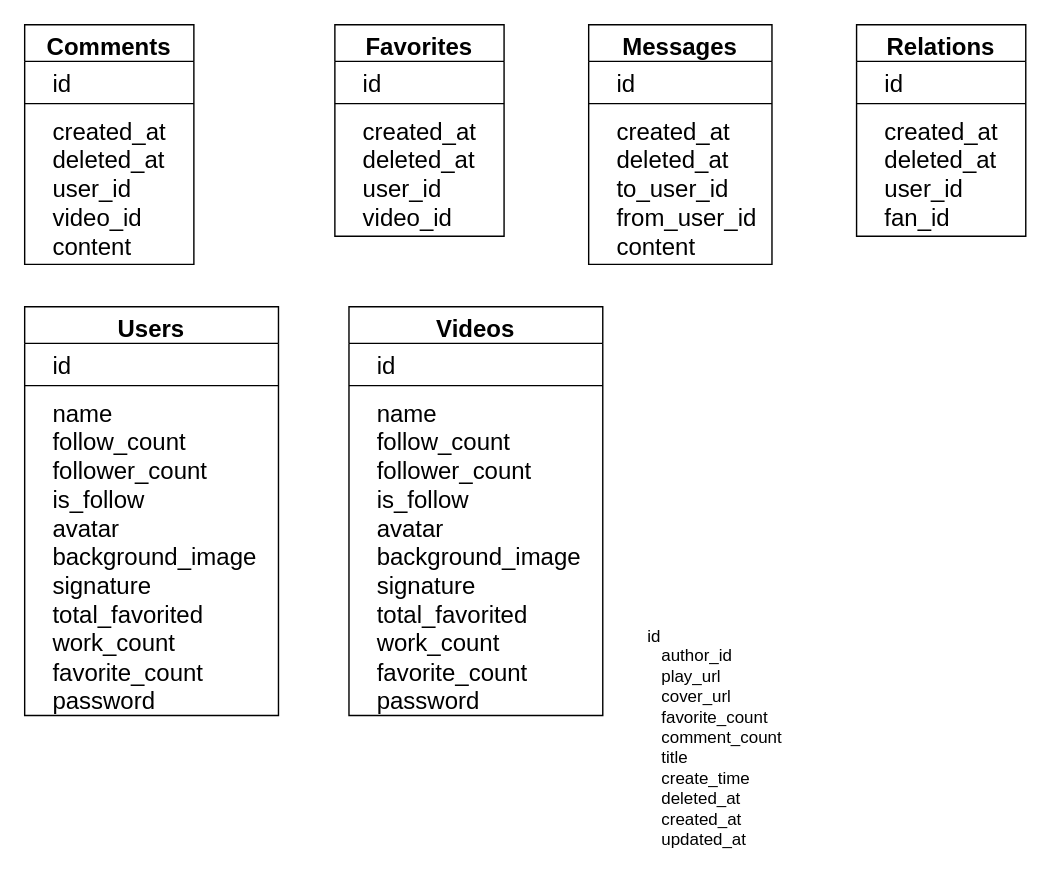
This is 数据库设计.drawio from Afeather2017/Afeather-Flowcharts, a draw.io file, before an edit. Source tidied: cells renumbered, new cells numbered last; positions are measured from the earlier drawing's top-left corner, leaving out a move shared by most shapes. Both pictures are drawn from the tidied source at 141%, with x=0, y=0 at pixel (24, 24).
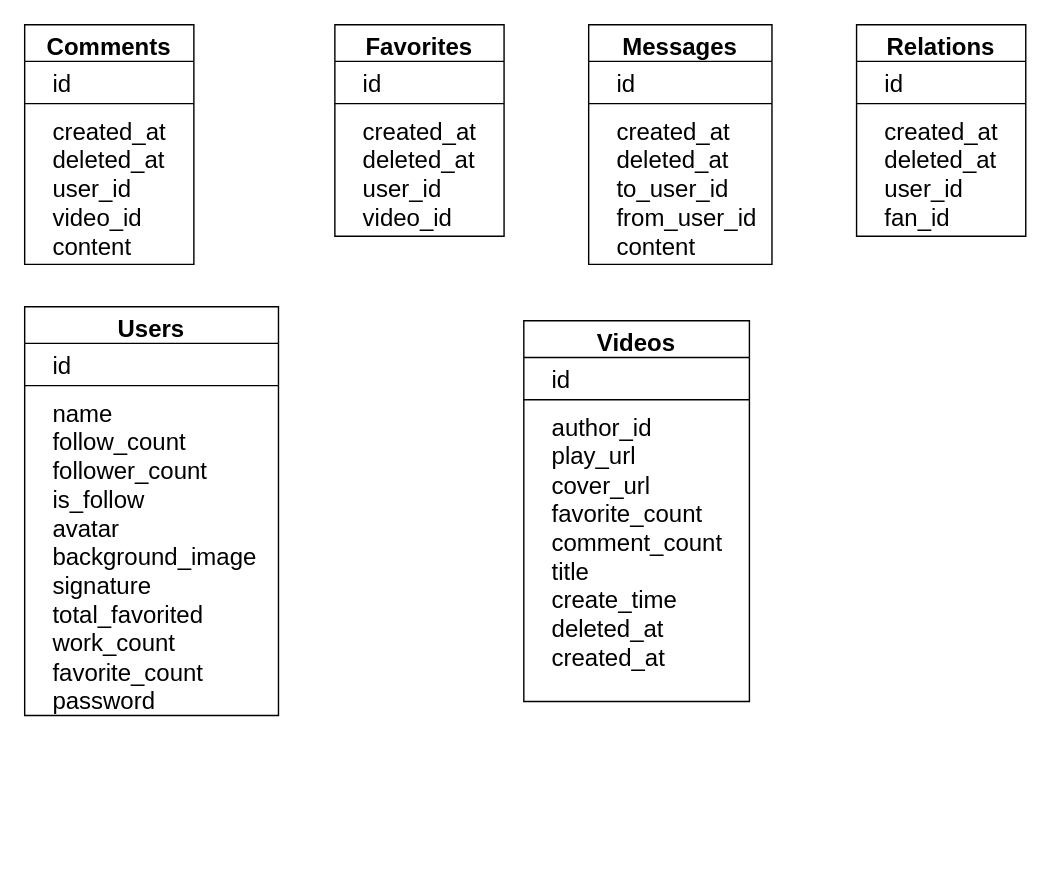
Above is the later version.

Commit message (it also covers changes not shown here):
更新数据库设计.drawio

The edit, as a diff of the source:
```diff
@@
-    <mxCell id="22" value="id             &#10;   author_id      &#10;   play_url       &#10;   cover_url      &#10;   favorite_count &#10;   comment_count  &#10;   title          &#10;   create_time    &#10;   deleted_at     &#10;   created_at     &#10;   updated_at" style="text;whiteSpace=wrap;" parent="1" vertex="1">
-      <mxGeometry x="440" y="420" width="140" height="180" as="geometry" />
-    </mxCell>
     <mxCell id="23" value="Videos" style="swimlane;fontStyle=1;align=center;verticalAlign=top;horizontal=1;startSize=26;whiteSpace=wrap;html=1;fillColor=none;fontSize=17;" parent="1" vertex="1">
-      <mxGeometry x="230" y="200" width="180" height="290" as="geometry" />
+      <mxGeometry x="354" y="210" width="160" height="270" as="geometry" />
     </mxCell>
     <mxCell id="24" value="&amp;nbsp; &amp;nbsp;id" style="text;strokeColor=none;fillColor=none;align=left;verticalAlign=top;spacingLeft=4;spacingRight=4;overflow=hidden;whiteSpace=wrap;html=1;fontSize=17;" parent="23" vertex="1">
-      <mxGeometry y="26" width="180" height="26" as="geometry" />
+      <mxGeometry y="26" width="160" height="26" as="geometry" />
     </mxCell>
     <mxCell id="25" style="line;strokeWidth=1;fillColor=none;align=left;verticalAlign=middle;spacingTop=-1;spacingLeft=3;spacingRight=3;labelPosition=right;strokeColor=inherit;fontSize=17;" parent="23" vertex="1">
-      <mxGeometry y="52" width="180" height="8" as="geometry" />
+      <mxGeometry y="52" width="160" height="8" as="geometry" />
     </mxCell>
-    <mxCell id="26" value="&lt;div&gt;&amp;nbsp; &amp;nbsp;name&amp;nbsp; &amp;nbsp; &amp;nbsp; &amp;nbsp; &amp;nbsp; &amp;nbsp; &amp;nbsp;&lt;/div&gt;&lt;div&gt;&amp;nbsp; &amp;nbsp;follow_count&amp;nbsp; &amp;nbsp; &amp;nbsp;&lt;/div&gt;&lt;div&gt;&amp;nbsp; &amp;nbsp;follower_count&amp;nbsp; &amp;nbsp;&lt;/div&gt;&lt;div&gt;&amp;nbsp; &amp;nbsp;is_follow&amp;nbsp; &amp;nbsp; &amp;nbsp; &amp;nbsp;&amp;nbsp;&lt;/div&gt;&lt;div&gt;&amp;nbsp; &amp;nbsp;avatar&amp;nbsp; &amp;nbsp; &amp;nbsp; &amp;nbsp; &amp;nbsp; &amp;nbsp;&lt;/div&gt;&lt;div&gt;&amp;nbsp; &amp;nbsp;background_image&amp;nbsp;&lt;/div&gt;&lt;div&gt;&amp;nbsp; &amp;nbsp;signature&amp;nbsp; &amp;nbsp; &amp;nbsp; &amp;nbsp;&amp;nbsp;&lt;/div&gt;&lt;div&gt;&amp;nbsp; &amp;nbsp;total_favorited&amp;nbsp;&amp;nbsp;&lt;/div&gt;&lt;div&gt;&amp;nbsp; &amp;nbsp;work_count&amp;nbsp; &amp;nbsp; &amp;nbsp; &amp;nbsp;&lt;/div&gt;&lt;div&gt;&amp;nbsp; &amp;nbsp;favorite_count&amp;nbsp; &amp;nbsp;&lt;/div&gt;&lt;div&gt;&amp;nbsp; &amp;nbsp;password&amp;nbsp; &amp;nbsp; &amp;nbsp; &amp;nbsp; &amp;nbsp;&lt;/div&gt;&lt;div&gt;&lt;br&gt;&lt;/div&gt;" style="text;strokeColor=none;fillColor=none;align=left;verticalAlign=top;spacingLeft=4;spacingRight=4;overflow=hidden;whiteSpace=wrap;html=1;fontSize=17;" parent="23" vertex="1">
-      <mxGeometry y="60" width="180" height="230" as="geometry" />
+    <mxCell id="26" value="&lt;div&gt;&lt;div&gt;&amp;nbsp; &amp;nbsp;author_id&amp;nbsp; &amp;nbsp; &amp;nbsp;&amp;nbsp;&lt;/div&gt;&lt;div&gt;&amp;nbsp; &amp;nbsp;play_url&amp;nbsp; &amp;nbsp; &amp;nbsp; &amp;nbsp;&lt;/div&gt;&lt;div&gt;&amp;nbsp; &amp;nbsp;cover_url&amp;nbsp; &amp;nbsp; &amp;nbsp;&amp;nbsp;&lt;/div&gt;&lt;div&gt;&amp;nbsp; &amp;nbsp;favorite_count&amp;nbsp;&lt;/div&gt;&lt;div&gt;&amp;nbsp; &amp;nbsp;comment_count&amp;nbsp;&amp;nbsp;&lt;/div&gt;&lt;div&gt;&amp;nbsp; &amp;nbsp;title&amp;nbsp; &amp;nbsp; &amp;nbsp; &amp;nbsp; &amp;nbsp;&amp;nbsp;&lt;/div&gt;&lt;div&gt;&amp;nbsp; &amp;nbsp;create_time&amp;nbsp; &amp;nbsp;&amp;nbsp;&lt;/div&gt;&lt;div&gt;&amp;nbsp; &amp;nbsp;deleted_at&amp;nbsp; &amp;nbsp; &amp;nbsp;&lt;/div&gt;&lt;div&gt;&amp;nbsp; &amp;nbsp;created_at&amp;nbsp; &amp;nbsp; &amp;nbsp;&lt;/div&gt;&lt;div&gt;&lt;br&gt;&lt;/div&gt;&lt;/div&gt;" style="text;strokeColor=none;fillColor=none;align=left;verticalAlign=top;spacingLeft=4;spacingRight=4;overflow=hidden;whiteSpace=wrap;html=1;fontSize=17;" parent="23" vertex="1">
+      <mxGeometry y="60" width="160" height="210" as="geometry" />
     </mxCell>
```
